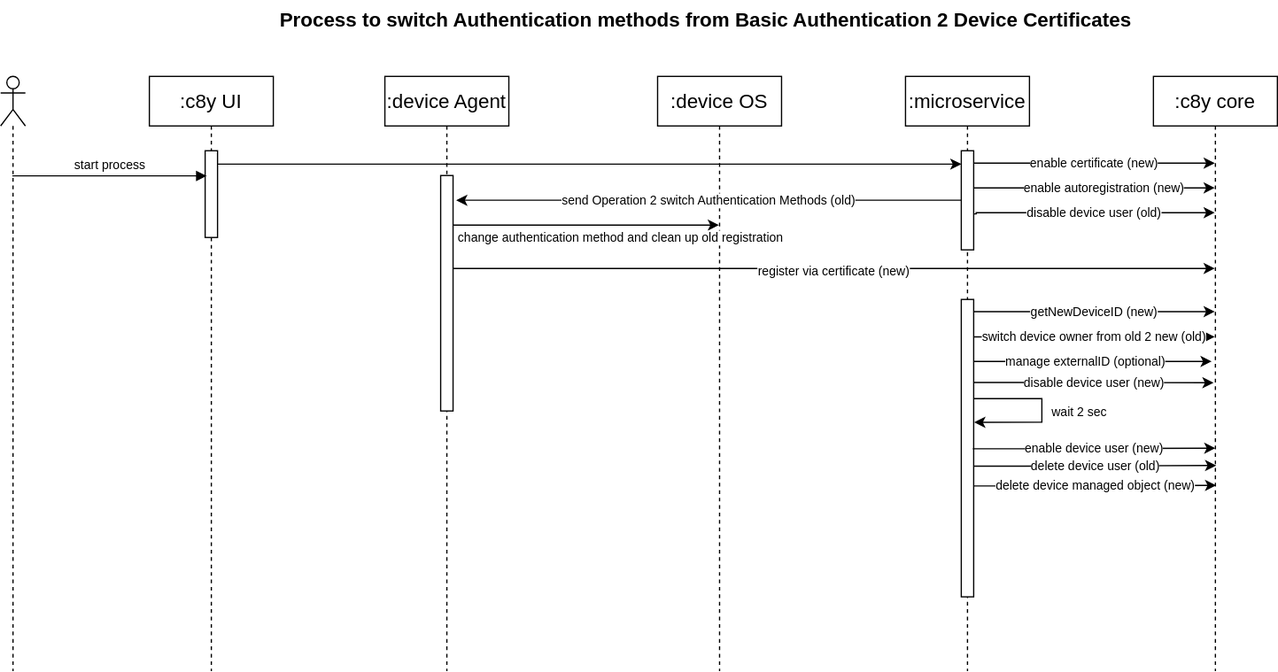
Before: doc/switch.drawio.svg, a diagram exported from draw.io (Cumulocity-IoT/cumulocity-pki-integration). Source tidied: cells renumbered, new cells last; positions are measured from the earlier drawing's top-left corner, leaving out a move shared by most shapes.
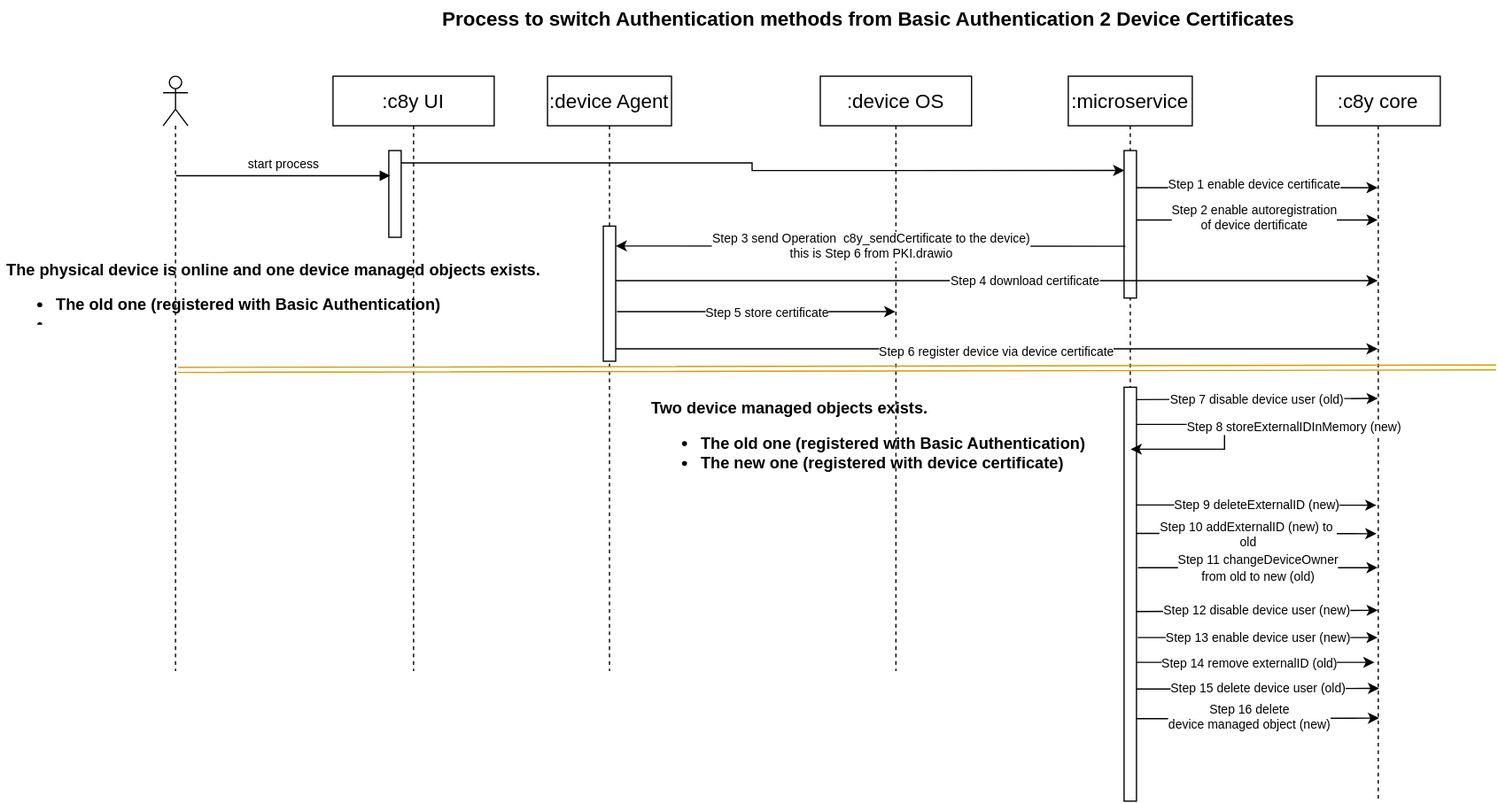
After the change.

Change to the diagram source:
```diff
@@ -3,7 +3,7 @@
     <mxCell id="0" />
     <mxCell id="1" parent="0" />
     <mxCell id="2" value=":c8y UI" style="shape=umlLifeline;perimeter=lifelinePerimeter;whiteSpace=wrap;html=1;fontSize=16;" parent="1" vertex="1">
-      <mxGeometry x="120" y="61" width="100" height="480" as="geometry" />
+      <mxGeometry x="137" y="61" width="130" height="480" as="geometry" />
     </mxCell>
     <mxCell id="3" style="html=1;points=[];perimeter=orthogonalPerimeter;fontSize=10;" parent="2" vertex="1">
       <mxGeometry x="45" y="60" width="10" height="70" as="geometry" />
@@ -15,140 +15,145 @@
       <mxGeometry x="310" y="61" width="100" height="480" as="geometry" />
     </mxCell>
     <mxCell id="6" style="html=1;points=[];perimeter=orthogonalPerimeter;fontSize=10;" parent="5" vertex="1">
-      <mxGeometry x="45" y="80" width="10" height="190" as="geometry" />
+      <mxGeometry x="45" y="121" width="10" height="109" as="geometry" />
     </mxCell>
     <mxCell id="7" value=":device OS" style="shape=umlLifeline;perimeter=lifelinePerimeter;whiteSpace=wrap;html=1;outlineConnect=0;fontSize=16;" parent="1" vertex="1">
-      <mxGeometry x="530" y="61" width="100" height="480" as="geometry" />
+      <mxGeometry x="530" y="61" width="122" height="480" as="geometry" />
     </mxCell>
     <mxCell id="8" value=":c8y core" style="shape=umlLifeline;perimeter=lifelinePerimeter;whiteSpace=wrap;html=1;outlineConnect=0;fontSize=16;" parent="1" vertex="1">
-      <mxGeometry x="930" y="61" width="100" height="480" as="geometry" />
+      <mxGeometry x="930" y="61" width="100" height="583" as="geometry" />
     </mxCell>
+    <mxCell id="26" value="Step 13 enable device user (new)" style="rounded=0;jettySize=auto;html=1;fontSize=10;exitX=0.934;exitY=0.502;exitDx=0;exitDy=0;exitPerimeter=0;" parent="8" edge="1" target="8">
+      <mxGeometry relative="1" as="geometry">
+        <mxPoint x="-144" y="453" as="sourcePoint" />
+      </mxGeometry>
+    </mxCell>
     <mxCell id="9" value=":microservice" style="shape=umlLifeline;perimeter=lifelinePerimeter;whiteSpace=wrap;html=1;outlineConnect=0;fontSize=16;" parent="1" vertex="1">
-      <mxGeometry x="730" y="61" width="100" height="480" as="geometry" />
+      <mxGeometry x="730" y="61" width="100" height="581" as="geometry" />
     </mxCell>
     <mxCell id="10" style="html=1;points=[];perimeter=orthogonalPerimeter;fontSize=10;" parent="9" vertex="1">
-      <mxGeometry x="45" y="180" width="10" height="240" as="geometry" />
+      <mxGeometry x="45" y="251" width="10" height="334" as="geometry" />
     </mxCell>
     <mxCell id="11" style="html=1;points=[];perimeter=orthogonalPerimeter;fontSize=10;" parent="9" vertex="1">
-      <mxGeometry x="45" y="60" width="10" height="80" as="geometry" />
+      <mxGeometry x="45" y="60" width="10" height="119" as="geometry" />
     </mxCell>
-    <mxCell id="12" value="enable autoregistration (new)" style="edgeStyle=orthogonalEdgeStyle;rounded=0;orthogonalLoop=1;jettySize=auto;html=1;fontSize=10;" parent="9" edge="1">
-      <mxGeometry x="0.08" relative="1" as="geometry">
-        <mxPoint x="55" y="90" as="sourcePoint" />
-        <mxPoint x="249.5" y="90" as="targetPoint" />
+    <mxCell id="12" value="Step 2 enable autoregistration&lt;br&gt;of device dertificate" style="edgeStyle=orthogonalEdgeStyle;rounded=0;orthogonalLoop=1;jettySize=auto;html=1;fontSize=10;" parent="9" edge="1">
+      <mxGeometry x="-0.02" y="2" relative="1" as="geometry">
+        <mxPoint x="55" y="116" as="sourcePoint" />
+        <mxPoint x="249.5" y="116" as="targetPoint" />
         <Array as="points">
-          <mxPoint x="100" y="90" />
-          <mxPoint x="100" y="90" />
+          <mxPoint x="100" y="116" />
+          <mxPoint x="100" y="116" />
         </Array>
       </mxGeometry>
     </mxCell>
-    <mxCell id="13" value="manage externalID (optional)" style="edgeStyle=orthogonalEdgeStyle;rounded=0;orthogonalLoop=1;jettySize=auto;html=1;exitX=1.252;exitY=0.286;exitDx=0;exitDy=0;exitPerimeter=0;fontSize=10;" parent="9" edge="1">
-      <mxGeometry x="-0.06" relative="1" as="geometry">
-        <mxPoint x="55" y="230" as="sourcePoint" />
-        <mxPoint x="247" y="230" as="targetPoint" />
-        <Array as="points">
-          <mxPoint x="207.5" y="230.1" />
-          <mxPoint x="207.5" y="230.1" />
-        </Array>
-      </mxGeometry>
-    </mxCell>
+    <mxCell id="22" value="Step 7 disable device user (old)" style="rounded=0;orthogonalLoop=1;jettySize=auto;html=1;exitX=0.987;exitY=0.637;exitDx=0;exitDy=0;exitPerimeter=0;fontSize=10;" parent="9" edge="1">
+      <mxGeometry relative="1" as="geometry">
+        <mxPoint x="55" y="261" as="sourcePoint" />
+        <mxPoint x="249.6" y="260" as="targetPoint" />
+      </mxGeometry>
+    </mxCell>
+    <mxCell id="18" value="Step 8 storeExternalIDInMemory (new)" style="edgeStyle=orthogonalEdgeStyle;rounded=0;jettySize=auto;html=1;fontSize=10;" parent="9" edge="1" source="10" target="9">
+      <mxGeometry x="0.09" y="29" relative="1" as="geometry">
+        <Array as="points">
+          <mxPoint x="126" y="281" />
+          <mxPoint x="126" y="301" />
+        </Array>
+        <mxPoint x="27" y="-18" as="offset" />
+      </mxGeometry>
+    </mxCell>
+    <mxCell id="24" value="Step 9 deleteExternalID (new)" style="edgeStyle=orthogonalEdgeStyle;rounded=0;orthogonalLoop=1;jettySize=auto;html=1;entryX=0.485;entryY=0.515;entryDx=0;entryDy=0;entryPerimeter=0;fontSize=10;" parent="9" edge="1">
+      <mxGeometry relative="1" as="geometry">
+        <mxPoint x="55" y="346" as="sourcePoint" />
+        <mxPoint x="248.5" y="346.2" as="targetPoint" />
+        <Array as="points">
+          <mxPoint x="90" y="346" />
+          <mxPoint x="90" y="346" />
+        </Array>
+      </mxGeometry>
+    </mxCell>
+    <mxCell id="29" value="Step 10 addExternalID (new) to&amp;nbsp;&lt;br&gt;old" style="edgeStyle=orthogonalEdgeStyle;rounded=0;orthogonalLoop=1;jettySize=auto;html=1;entryX=0.485;entryY=0.515;entryDx=0;entryDy=0;entryPerimeter=0;fontSize=10;" parent="9" edge="1">
+      <mxGeometry x="-0.07" y="-1" relative="1" as="geometry">
+        <mxPoint x="55" y="369" as="sourcePoint" />
+        <mxPoint x="248.5" y="369.2" as="targetPoint" />
+        <Array as="points">
+          <mxPoint x="90" y="369" />
+          <mxPoint x="90" y="369" />
+        </Array>
+      </mxGeometry>
+    </mxCell>
+    <mxCell id="30" value="Step 12 disable device user (new)" style="rounded=0;orthogonalLoop=1;jettySize=auto;html=1;exitX=0.987;exitY=0.637;exitDx=0;exitDy=0;exitPerimeter=0;fontSize=10;" parent="9" edge="1">
+      <mxGeometry relative="1" as="geometry">
+        <mxPoint x="55" y="432" as="sourcePoint" />
+        <mxPoint x="249.6" y="431" as="targetPoint" />
+      </mxGeometry>
+    </mxCell>
-    <mxCell id="14" value="delete device user (old)" style="edgeStyle=orthogonalEdgeStyle;rounded=0;orthogonalLoop=1;jettySize=auto;html=1;fontSize=10;exitX=0.934;exitY=0.502;exitDx=0;exitDy=0;exitPerimeter=0;" parent="9" edge="1">
+    <mxCell id="14" value="Step 15 delete device user (old)" style="edgeStyle=orthogonalEdgeStyle;rounded=0;orthogonalLoop=1;jettySize=auto;html=1;fontSize=10;exitX=0.934;exitY=0.502;exitDx=0;exitDy=0;exitPerimeter=0;" parent="9" edge="1">
       <mxGeometry relative="1" as="geometry">
-        <mxPoint x="55" y="314.5" as="sourcePoint" />
-        <mxPoint x="250.7" y="314" as="targetPoint" />
+        <mxPoint x="55" y="494.5" as="sourcePoint" />
+        <mxPoint x="250.7" y="494" as="targetPoint" />
         <Array as="points">
-          <mxPoint x="95.7" y="315" />
+          <mxPoint x="95.7" y="495" />
         </Array>
       </mxGeometry>
     </mxCell>
-    <mxCell id="15" value="delete device managed object (new)" style="edgeStyle=orthogonalEdgeStyle;rounded=0;orthogonalLoop=1;jettySize=auto;html=1;fontSize=10;exitX=0.934;exitY=0.502;exitDx=0;exitDy=0;exitPerimeter=0;" parent="9" edge="1">
-      <mxGeometry relative="1" as="geometry">
-        <mxPoint x="55" y="330.5" as="sourcePoint" />
-        <mxPoint x="250.7" y="330" as="targetPoint" />
+    <mxCell id="15" value="Step 16 delete &lt;br&gt;device managed object (new)" style="edgeStyle=orthogonalEdgeStyle;rounded=0;orthogonalLoop=1;jettySize=auto;html=1;fontSize=10;exitX=0.934;exitY=0.502;exitDx=0;exitDy=0;exitPerimeter=0;" parent="9" edge="1">
+      <mxGeometry x="-0.07" y="1" relative="1" as="geometry">
+        <mxPoint x="55" y="518.5" as="sourcePoint" />
+        <mxPoint x="250.7" y="518" as="targetPoint" />
         <Array as="points">
-          <mxPoint x="95.7" y="331" />
+          <mxPoint x="95.7" y="519" />
         </Array>
       </mxGeometry>
     </mxCell>
+    <mxCell id="13" value="Step 14 remove externalID (old)" style="edgeStyle=orthogonalEdgeStyle;rounded=0;orthogonalLoop=1;jettySize=auto;html=1;exitX=1.252;exitY=0.286;exitDx=0;exitDy=0;exitPerimeter=0;fontSize=10;" parent="9" edge="1">
+      <mxGeometry x="-0.05" y="-1" relative="1" as="geometry">
+        <mxPoint x="55" y="473" as="sourcePoint" />
+        <mxPoint x="247" y="473" as="targetPoint" />
+        <Array as="points">
+          <mxPoint x="207.5" y="473.1" />
+          <mxPoint x="207.5" y="473.1" />
+        </Array>
+      </mxGeometry>
+    </mxCell>
     <mxCell id="16" value="start process" style="html=1;verticalAlign=bottom;endArrow=block;rounded=0;fontSize=10;entryX=0.125;entryY=0.29;entryDx=0;entryDy=0;entryPerimeter=0;" parent="1" edge="1" source="4" target="3">
       <mxGeometry relative="1" as="geometry" />
     </mxCell>
     <mxCell id="17" value="Process to switch Authentication methods from Basic Authentication 2 Device Certificates" style="text;html=1;strokeColor=none;fillColor=none;align=center;verticalAlign=middle;whiteSpace=wrap;rounded=0;fontSize=16;fontStyle=1;" parent="1" vertex="1">
       <mxGeometry x="208" width="722" height="30" as="geometry" />
     </mxCell>
-    <mxCell id="18" value="switch device owner from old 2 new (old)" style="edgeStyle=orthogonalEdgeStyle;rounded=0;jettySize=auto;html=1;fontSize=10;exitX=1.028;exitY=0.126;exitDx=0;exitDy=0;exitPerimeter=0;" parent="1" edge="1" source="10" target="8">
-      <mxGeometry relative="1" as="geometry">
-        <Array as="points">
-          <mxPoint x="920" y="271" />
-          <mxPoint x="920" y="271" />
-        </Array>
-      </mxGeometry>
-    </mxCell>
-    <mxCell id="19" value="&lt;span style=&quot;font-size: 10px;&quot;&gt;getNewDeviceID (new)&lt;/span&gt;" style="edgeStyle=orthogonalEdgeStyle;rounded=0;jettySize=auto;html=1;exitX=0.992;exitY=0.041;exitDx=0;exitDy=0;exitPerimeter=0;" parent="1" edge="1" source="10" target="8">
-      <mxGeometry relative="1" as="geometry">
-        <Array as="points">
-          <mxPoint x="920" y="251" />
-          <mxPoint x="920" y="251" />
-        </Array>
-      </mxGeometry>
+    <mxCell id="19" value="&lt;span style=&quot;font-size: 10px;&quot;&gt;Step 11 changeDeviceOwner &lt;br&gt;from old to new (old)&lt;/span&gt;" style="rounded=0;jettySize=auto;html=1;exitX=1.122;exitY=0.436;exitDx=0;exitDy=0;exitPerimeter=0;" parent="1" edge="1" source="10" target="8">
+      <mxGeometry relative="1" as="geometry" />
     </mxCell>
-    <mxCell id="20" value="enable certificate (new)" style="edgeStyle=orthogonalEdgeStyle;rounded=0;jettySize=auto;html=1;fontSize=10;" parent="1" edge="1" source="11" target="8">
-      <mxGeometry relative="1" as="geometry">
+    <mxCell id="20" value="Step 1 enable device certificate" style="edgeStyle=orthogonalEdgeStyle;rounded=0;jettySize=auto;html=1;fontSize=10;" parent="1" edge="1" source="11" target="8">
+      <mxGeometry x="-0.02" y="3" relative="1" as="geometry">
         <Array as="points">
-          <mxPoint x="830" y="131" />
-          <mxPoint x="830" y="131" />
+          <mxPoint x="806" y="151" />
+          <mxPoint x="806" y="151" />
         </Array>
       </mxGeometry>
     </mxCell>
-    <mxCell id="21" value="send Operation 2 switch Authentication Methods (old)" style="edgeStyle=orthogonalEdgeStyle;rounded=0;jettySize=auto;html=1;fontSize=10;entryX=1.252;entryY=0.105;entryDx=0;entryDy=0;entryPerimeter=0;" parent="1" edge="1" source="11" target="6">
-      <mxGeometry relative="1" as="geometry" />
+    <mxCell id="21" value="Step 3 send Operat&lt;font style=&quot;font-size: 10px;&quot;&gt;ion&amp;nbsp;&lt;span style=&quot;text-align: start;&quot;&gt;&amp;nbsp;&lt;/span&gt;&lt;span style=&quot;text-align: start;&quot;&gt;c8y_sendCertificate to the device&lt;/span&gt;)&lt;br&gt;this is Step 6 from PKI.drawio&lt;br&gt;&lt;/font&gt;" style="edgeStyle=orthogonalEdgeStyle;rounded=0;jettySize=auto;html=1;fontSize=10;exitX=0.1;exitY=0.649;exitDx=0;exitDy=0;exitPerimeter=0;" parent="1" edge="1" source="11">
+      <mxGeometry relative="1" as="geometry">
+        <mxPoint x="365" y="198" as="targetPoint" />
+        <Array as="points">
+          <mxPoint x="365" y="198" />
+        </Array>
+      </mxGeometry>
     </mxCell>
-    <mxCell id="22" value="disable device user (old)" style="edgeStyle=orthogonalEdgeStyle;rounded=0;jettySize=auto;html=1;exitX=0.987;exitY=0.637;exitDx=0;exitDy=0;exitPerimeter=0;fontSize=10;" parent="1" edge="1" source="11" target="8">
-      <mxGeometry relative="1" as="geometry">
-        <Array as="points">
-          <mxPoint x="787" y="172" />
-          <mxPoint x="787" y="171" />
-        </Array>
-      </mxGeometry>
-    </mxCell>
-    <mxCell id="23" value="&lt;font style=&quot;font-size: 10px;&quot;&gt;register via certificate (new)&lt;/font&gt;" style="edgeStyle=orthogonalEdgeStyle;rounded=0;jettySize=auto;html=1;fontSize=16;" parent="1" edge="1" source="6" target="8">
+    <mxCell id="23" value="&lt;font style=&quot;font-size: 10px;&quot;&gt;Step 6 register device via device certificate&lt;/font&gt;" style="rounded=0;jettySize=auto;html=1;fontSize=16;" parent="1" edge="1" source="6" target="8">
       <mxGeometry relative="1" as="geometry">
         <Array as="points">
-          <mxPoint x="820" y="216" />
-          <mxPoint x="820" y="216" />
+          <mxPoint x="371" y="281" />
         </Array>
       </mxGeometry>
     </mxCell>
-    <mxCell id="24" value="disable device user (new)" style="edgeStyle=orthogonalEdgeStyle;rounded=0;jettySize=auto;html=1;entryX=0.485;entryY=0.515;entryDx=0;entryDy=0;entryPerimeter=0;fontSize=10;" parent="1" edge="1" source="10" target="8">
-      <mxGeometry relative="1" as="geometry">
-        <Array as="points">
-          <mxPoint x="820" y="308" />
-          <mxPoint x="820" y="308" />
-        </Array>
-      </mxGeometry>
-    </mxCell>
-    <mxCell id="25" value="wait 2 sec" style="edgeStyle=orthogonalEdgeStyle;rounded=0;jettySize=auto;html=1;fontSize=10;entryX=1.044;entryY=0.413;entryDx=0;entryDy=0;entryPerimeter=0;" parent="1" edge="1" target="10">
-      <mxGeometry x="0.02" y="30" relative="1" as="geometry">
-        <mxPoint x="785" y="321" as="sourcePoint" />
-        <Array as="points">
-          <mxPoint x="840" y="321" />
-          <mxPoint x="840" y="340" />
-        </Array>
-      </mxGeometry>
-    </mxCell>
-    <mxCell id="26" value="enable device user (new)" style="edgeStyle=orthogonalEdgeStyle;rounded=0;jettySize=auto;html=1;fontSize=10;exitX=0.934;exitY=0.502;exitDx=0;exitDy=0;exitPerimeter=0;" parent="1" edge="1" source="10">
-      <mxGeometry relative="1" as="geometry">
-        <mxPoint x="980" y="361" as="targetPoint" />
-        <Array as="points">
-          <mxPoint x="825" y="362" />
-        </Array>
-      </mxGeometry>
-    </mxCell>
-    <mxCell id="27" value="change authentication method and clean up old registration" style="edgeStyle=orthogonalEdgeStyle;rounded=0;jettySize=auto;html=1;fontSize=10;" parent="1" edge="1" source="6" target="7">
-      <mxGeometry x="0.26" y="-10" relative="1" as="geometry">
+    <mxCell id="27" value="Step 5 store certificate" style="rounded=0;jettySize=auto;html=1;fontSize=10;" parent="1" edge="1" target="7">
+      <mxGeometry x="0.08" y="-1" relative="1" as="geometry">
+        <mxPoint x="366" y="251" as="sourcePoint" />
         <Array as="points">
-          <mxPoint x="490" y="181" />
-          <mxPoint x="490" y="181" />
+          <mxPoint x="407" y="251" />
+          <mxPoint x="462" y="251" />
         </Array>
       </mxGeometry>
     </mxCell>
@@ -159,5 +164,24 @@
         </Array>
       </mxGeometry>
     </mxCell>
+    <mxCell id="31" value="&lt;h1 style=&quot;font-size: 13px;&quot;&gt;&lt;font style=&quot;font-size: 13px;&quot;&gt;The physical device is online and one device managed objects exists.&amp;nbsp;&lt;/font&gt;&lt;/h1&gt;&lt;h1 style=&quot;font-size: 13px;&quot;&gt;&lt;ul&gt;&lt;li&gt;&lt;font style=&quot;font-size: 13px;&quot;&gt;The old one (registered with Basic Authentication)&amp;nbsp;&lt;/font&gt;&lt;/li&gt;&lt;li&gt;&lt;font style=&quot;font-size: 13px;&quot;&gt;&amp;nbsp;&lt;/font&gt;&lt;/li&gt;&lt;/ul&gt;&lt;/h1&gt;" style="text;html=1;strokeColor=none;fillColor=none;spacing=5;spacingTop=-20;whiteSpace=wrap;overflow=hidden;rounded=0;" parent="1" vertex="1">
+      <mxGeometry x="-131" y="211" width="474" height="51" as="geometry" />
+    </mxCell>
+    <mxCell id="32" value="Step 4 download certificate" style="rounded=0;jettySize=auto;html=1;fontSize=10;" parent="1" edge="1" source="6" target="8">
+      <mxGeometry x="0.08" relative="1" as="geometry">
+        <Array as="points">
+          <mxPoint x="826" y="226" />
+        </Array>
+      </mxGeometry>
+    </mxCell>
+    <mxCell id="33" value="&lt;h1 style=&quot;font-size: 13px;&quot;&gt;&lt;font style=&quot;font-size: 13px;&quot;&gt;Two device managed objects exists.&amp;nbsp;&lt;/font&gt;&lt;/h1&gt;&lt;h1 style=&quot;font-size: 13px;&quot;&gt;&lt;ul&gt;&lt;li&gt;&lt;font style=&quot;font-size: 13px;&quot;&gt;The old one (registered with Basic Authentication)&amp;nbsp;&lt;/font&gt;&lt;/li&gt;&lt;li&gt;&lt;font style=&quot;font-size: 13px;&quot;&gt;The new one (registered with device certificate)&amp;nbsp;&lt;/font&gt;&lt;/li&gt;&lt;/ul&gt;&lt;/h1&gt;" style="text;html=1;strokeColor=none;fillColor=none;spacing=5;spacingTop=-20;whiteSpace=wrap;overflow=hidden;rounded=0;" parent="1" vertex="1">
+      <mxGeometry x="389" y="323" width="374" height="66" as="geometry" />
+    </mxCell>
+    <mxCell id="34" style="shape=link;endArrow=classic;html=1;rounded=0;labelBackgroundColor=none;fontFamily=Helvetica;fontSize=10;fontColor=default;fillColor=#ffe6cc;strokeColor=#d79b00;" parent="1" edge="1">
+      <mxGeometry relative="1" as="geometry">
+        <mxPoint x="12" y="298" as="sourcePoint" />
+        <mxPoint x="1075" y="296" as="targetPoint" />
+      </mxGeometry>
+    </mxCell>
   </root>
 </mxGraphModel>
```
